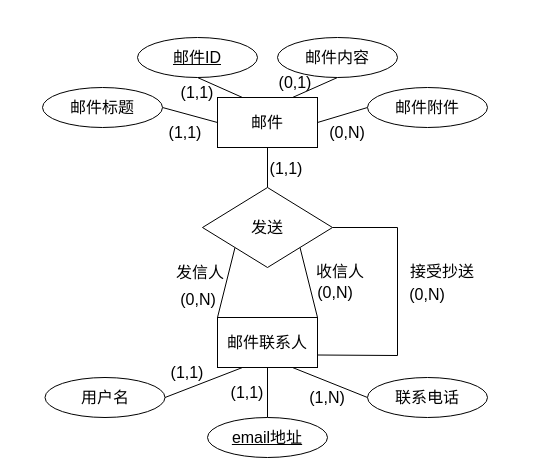
The draw.io diagram Untitled Diagram.drawio in Kristoff-starling/ERDiagrams, before the edit. Source tidied: cells renumbered, new cells numbered last; positions are measured from the earlier drawing's top-left corner, leaving out a move shared by most shapes. Both pictures are drawn from the tidied source at 100%, with x=0, y=0 at pixel (42, 37).
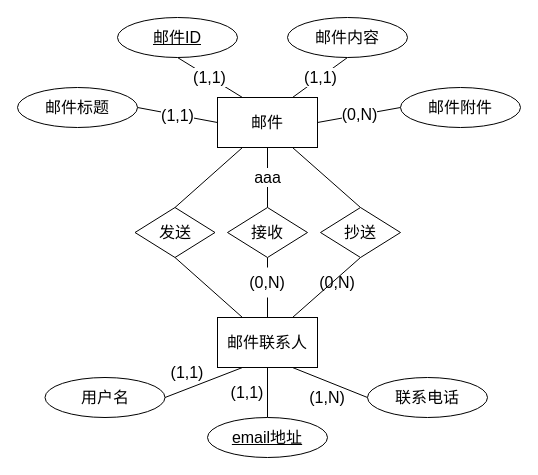
Above is the later version.

Unchanged cells that the change refers to:
```xml
<mxCell id="4" value="&lt;font style=&quot;font-size: 16px;&quot;&gt;邮件联系人&lt;/font&gt;" style="rounded=0;whiteSpace=wrap;html=1;" parent="1" vertex="1">
  <mxGeometry x="175" y="280" width="100" height="50" as="geometry" />
</mxCell>
<mxCell id="11" value="邮件" style="rounded=0;whiteSpace=wrap;html=1;fontSize=16;" parent="1" vertex="1">
  <mxGeometry x="175" y="60" width="100" height="50" as="geometry" />
</mxCell>
```

Change to the diagram source:
```diff
@@
-    <mxCell id="2" style="edgeStyle=none;rounded=0;jettySize=auto;html=1;exitX=0;exitY=0;exitDx=0;exitDy=0;entryX=0;entryY=1;entryDx=0;entryDy=0;strokeColor=default;fontSize=16;endArrow=none;endFill=0;fillColor=none;" parent="1" edge="1" source="4" target="22">
-      <mxGeometry relative="1" as="geometry" />
-    </mxCell>
-    <mxCell id="3" style="edgeStyle=none;rounded=0;jettySize=auto;html=1;exitX=1;exitY=0;exitDx=0;exitDy=0;entryX=1;entryY=1;entryDx=0;entryDy=0;strokeColor=default;fontSize=16;endArrow=none;endFill=0;fillColor=none;" parent="1" edge="1" source="4" target="22">
-      <mxGeometry relative="1" as="geometry" />
-    </mxCell>
+    <mxCell id="37" style="rounded=0;jettySize=auto;html=1;exitX=0.25;exitY=0;exitDx=0;exitDy=0;entryX=0.5;entryY=1;entryDx=0;entryDy=0;fontSize=16;endArrow=none;endFill=0;" parent="1" edge="1" source="4" target="22">
+      <mxGeometry relative="1" as="geometry" />
+    </mxCell>
+    <mxCell id="38" style="edgeStyle=none;shape=connector;rounded=0;jettySize=auto;html=1;exitX=0.5;exitY=0;exitDx=0;exitDy=0;entryX=0.5;entryY=1;entryDx=0;entryDy=0;labelBackgroundColor=default;strokeColor=default;fontFamily=Helvetica;fontSize=16;fontColor=default;endArrow=none;endFill=0;startArrow=none;" parent="1" edge="1" source="45" target="41">
+      <mxGeometry relative="1" as="geometry" />
+    </mxCell>
+    <mxCell id="39" style="edgeStyle=none;shape=connector;rounded=0;jettySize=auto;html=1;exitX=0.75;exitY=0;exitDx=0;exitDy=0;entryX=0.5;entryY=1;entryDx=0;entryDy=0;labelBackgroundColor=default;strokeColor=default;fontFamily=Helvetica;fontSize=16;fontColor=default;endArrow=none;endFill=0;" parent="1" edge="1" source="4" target="43">
+      <mxGeometry relative="1" as="geometry" />
+    </mxCell>
@@
-    <mxCell id="12" style="edgeStyle=none;rounded=0;jettySize=auto;html=1;exitX=1;exitY=0.5;exitDx=0;exitDy=0;entryX=0;entryY=0.5;entryDx=0;entryDy=0;strokeColor=default;fontSize=16;endArrow=none;endFill=0;fillColor=none;" parent="1" edge="1" source="13" target="11">
+    <mxCell id="12" value="(1,1)" style="edgeStyle=none;rounded=0;jettySize=auto;html=1;exitX=1;exitY=0.5;exitDx=0;exitDy=0;entryX=0;entryY=0.5;entryDx=0;entryDy=0;strokeColor=default;fontSize=16;endArrow=none;endFill=0;fillColor=none;" parent="1" edge="1" source="13" target="11">
       <mxGeometry relative="1" as="geometry" />
     </mxCell>
     <mxCell id="13" value="邮件标题" style="ellipse;whiteSpace=wrap;html=1;fontSize=16;" parent="1" vertex="1">
-      <mxGeometry y="50" width="120" height="40" as="geometry" />
+      <mxGeometry x="-25" y="50" width="120" height="40" as="geometry" />
     </mxCell>
-    <mxCell id="14" style="edgeStyle=none;rounded=0;jettySize=auto;html=1;exitX=0.5;exitY=1;exitDx=0;exitDy=0;entryX=0.25;entryY=0;entryDx=0;entryDy=0;strokeColor=default;fontSize=16;endArrow=none;endFill=0;fillColor=none;" parent="1" edge="1" source="15" target="11">
+    <mxCell id="14" value="(1,1)" style="edgeStyle=none;rounded=0;jettySize=auto;html=1;exitX=0.5;exitY=1;exitDx=0;exitDy=0;entryX=0.25;entryY=0;entryDx=0;entryDy=0;strokeColor=default;fontSize=16;endArrow=none;endFill=0;fillColor=none;" parent="1" edge="1" source="15" target="11">
       <mxGeometry relative="1" as="geometry" />
     </mxCell>
     <mxCell id="15" value="&lt;u&gt;邮件ID&lt;/u&gt;" style="ellipse;whiteSpace=wrap;html=1;fontSize=16;" parent="1" vertex="1">
-      <mxGeometry x="95" width="120" height="40" as="geometry" />
+      <mxGeometry x="75" y="-20" width="120" height="40" as="geometry" />
     </mxCell>
-    <mxCell id="16" style="edgeStyle=none;rounded=0;jettySize=auto;html=1;exitX=0.5;exitY=1;exitDx=0;exitDy=0;entryX=0.75;entryY=0;entryDx=0;entryDy=0;strokeColor=default;fontSize=16;endArrow=none;endFill=0;fillColor=none;" parent="1" edge="1" source="17" target="11">
+    <mxCell id="16" value="(1,1)" style="edgeStyle=none;rounded=0;jettySize=auto;html=1;exitX=0.5;exitY=1;exitDx=0;exitDy=0;entryX=0.75;entryY=0;entryDx=0;entryDy=0;strokeColor=default;fontSize=16;endArrow=none;endFill=0;fillColor=none;" parent="1" edge="1" source="17" target="11">
       <mxGeometry relative="1" as="geometry" />
     </mxCell>
     <mxCell id="17" value="邮件内容" style="ellipse;whiteSpace=wrap;html=1;fontSize=16;" parent="1" vertex="1">
-      <mxGeometry x="235" width="120" height="40" as="geometry" />
+      <mxGeometry x="245" y="-20" width="120" height="40" as="geometry" />
     </mxCell>
-    <mxCell id="18" style="edgeStyle=none;rounded=0;jettySize=auto;html=1;exitX=0;exitY=0.5;exitDx=0;exitDy=0;entryX=1;entryY=0.5;entryDx=0;entryDy=0;strokeColor=default;fontSize=16;endArrow=none;endFill=0;fillColor=none;" parent="1" edge="1" source="19" target="11">
+    <mxCell id="18" value="(0,N)" style="edgeStyle=none;rounded=0;jettySize=auto;html=1;exitX=0;exitY=0.5;exitDx=0;exitDy=0;entryX=1;entryY=0.5;entryDx=0;entryDy=0;strokeColor=default;fontSize=16;endArrow=none;endFill=0;fillColor=none;" parent="1" edge="1" source="19" target="11">
       <mxGeometry relative="1" as="geometry" />
     </mxCell>
     <mxCell id="19" value="邮件附件" style="ellipse;whiteSpace=wrap;html=1;fontSize=16;" parent="1" vertex="1">
-      <mxGeometry x="325" y="50" width="120" height="40" as="geometry" />
+      <mxGeometry x="358" y="50" width="120" height="40" as="geometry" />
     </mxCell>
-    <mxCell id="20" style="edgeStyle=none;rounded=0;jettySize=auto;html=1;exitX=1;exitY=0.5;exitDx=0;exitDy=0;entryX=1;entryY=0.75;entryDx=0;entryDy=0;strokeColor=default;fontSize=16;endArrow=none;endFill=0;fillColor=none;" parent="1" edge="1" source="22" target="4">
-      <mxGeometry relative="1" as="geometry">
-        <Array as="points">
-          <mxPoint x="355" y="190" />
-          <mxPoint x="355" y="318" />
-        </Array>
-      </mxGeometry>
-    </mxCell>
-    <mxCell id="21" style="edgeStyle=none;rounded=0;jettySize=auto;html=1;exitX=0.5;exitY=0;exitDx=0;exitDy=0;entryX=0.5;entryY=1;entryDx=0;entryDy=0;strokeColor=default;fontSize=16;endArrow=none;endFill=0;fillColor=none;" parent="1" edge="1" source="22" target="11">
-      <mxGeometry relative="1" as="geometry" />
-    </mxCell>
-    <mxCell id="22" value="发送" style="rhombus;whiteSpace=wrap;html=1;fontSize=16;" parent="1" vertex="1">
-      <mxGeometry x="160" y="150" width="130" height="80" as="geometry" />
-    </mxCell>
-    <mxCell id="23" value="发信人" style="text;html=1;strokeColor=none;fillColor=none;align=center;verticalAlign=middle;whiteSpace=wrap;rounded=0;fontSize=16;" parent="1" vertex="1">
-      <mxGeometry x="127.5" y="220" width="60" height="30" as="geometry" />
-    </mxCell>
-    <mxCell id="24" value="收信人" style="text;html=1;strokeColor=none;fillColor=none;align=center;verticalAlign=middle;whiteSpace=wrap;rounded=0;fontSize=16;" parent="1" vertex="1">
-      <mxGeometry x="268" y="219" width="60" height="30" as="geometry" />
-    </mxCell>
-    <mxCell id="25" value="接受抄送" style="text;html=1;strokeColor=none;fillColor=none;align=center;verticalAlign=middle;whiteSpace=wrap;rounded=0;fontSize=16;" parent="1" vertex="1">
-      <mxGeometry x="355" y="219" width="90" height="30" as="geometry" />
-    </mxCell>
-    <mxCell id="26" value="(0,N)" style="text;html=1;strokeColor=none;fillColor=none;align=center;verticalAlign=middle;whiteSpace=wrap;rounded=0;fontSize=16;" parent="1" vertex="1">
-      <mxGeometry x="126" y="247" width="60" height="30" as="geometry" />
-    </mxCell>
-    <mxCell id="27" value="(0,N)" style="text;html=1;strokeColor=none;fillColor=none;align=center;verticalAlign=middle;whiteSpace=wrap;rounded=0;fontSize=16;" parent="1" vertex="1">
-      <mxGeometry x="263" y="240" width="60" height="30" as="geometry" />
-    </mxCell>
-    <mxCell id="28" value="(0,N)" style="text;html=1;strokeColor=none;fillColor=none;align=center;verticalAlign=middle;whiteSpace=wrap;rounded=0;fontSize=16;" parent="1" vertex="1">
-      <mxGeometry x="355" y="242" width="60" height="30" as="geometry" />
-    </mxCell>
-    <mxCell id="29" value="(1,1)" style="text;html=1;strokeColor=none;fillColor=none;align=center;verticalAlign=middle;whiteSpace=wrap;rounded=0;fontSize=16;" parent="1" vertex="1">
-      <mxGeometry x="112.5" y="80" width="60" height="30" as="geometry" />
-    </mxCell>
-    <mxCell id="30" value="(1,1)" style="text;html=1;strokeColor=none;fillColor=none;align=center;verticalAlign=middle;whiteSpace=wrap;rounded=0;fontSize=16;" parent="1" vertex="1">
-      <mxGeometry x="125" y="40" width="60" height="30" as="geometry" />
-    </mxCell>
-    <mxCell id="31" value="(0,1)" style="text;html=1;strokeColor=none;fillColor=none;align=center;verticalAlign=middle;whiteSpace=wrap;rounded=0;fontSize=16;" parent="1" vertex="1">
-      <mxGeometry x="222.5" y="30" width="60" height="30" as="geometry" />
-    </mxCell>
-    <mxCell id="32" value="(0,N)" style="text;html=1;strokeColor=none;fillColor=none;align=center;verticalAlign=middle;whiteSpace=wrap;rounded=0;fontSize=16;" parent="1" vertex="1">
-      <mxGeometry x="275" y="80" width="60" height="30" as="geometry" />
-    </mxCell>
@@
-    <mxCell id="36" value="(1,1)" style="text;html=1;strokeColor=none;fillColor=none;align=center;verticalAlign=middle;whiteSpace=wrap;rounded=0;fontSize=16;" parent="1" vertex="1">
-      <mxGeometry x="214" y="116" width="60" height="30" as="geometry" />
-    </mxCell>
+    <mxCell id="21" style="edgeStyle=none;shape=connector;rounded=0;jettySize=auto;html=1;exitX=0.5;exitY=0;exitDx=0;exitDy=0;entryX=0.25;entryY=1;entryDx=0;entryDy=0;labelBackgroundColor=default;strokeColor=default;fontFamily=Helvetica;fontSize=16;fontColor=default;endArrow=none;endFill=0;" parent="1" edge="1" source="22" target="11">
+      <mxGeometry relative="1" as="geometry" />
+    </mxCell>
+    <mxCell id="22" value="&lt;font style=&quot;font-size: 16px;&quot;&gt;发送&lt;/font&gt;" style="rhombus;whiteSpace=wrap;html=1;" parent="1" vertex="1">
+      <mxGeometry x="92.5" y="170" width="80" height="50" as="geometry" />
+    </mxCell>
+    <mxCell id="40" value="aaa" style="edgeStyle=none;shape=connector;rounded=0;jettySize=auto;html=1;exitX=0.5;exitY=0;exitDx=0;exitDy=0;entryX=0.5;entryY=1;entryDx=0;entryDy=0;labelBackgroundColor=default;strokeColor=default;fontFamily=Helvetica;fontSize=16;fontColor=default;endArrow=none;endFill=0;" parent="1" edge="1" source="41" target="11">
+      <mxGeometry relative="1" as="geometry" />
+    </mxCell>
+    <mxCell id="41" value="&lt;span style=&quot;font-size: 16px;&quot;&gt;接收&lt;/span&gt;" style="rhombus;whiteSpace=wrap;html=1;" parent="1" vertex="1">
+      <mxGeometry x="185" y="170" width="80" height="50" as="geometry" />
+    </mxCell>
+    <mxCell id="42" style="edgeStyle=none;shape=connector;rounded=0;jettySize=auto;html=1;exitX=0.5;exitY=0;exitDx=0;exitDy=0;entryX=0.75;entryY=1;entryDx=0;entryDy=0;labelBackgroundColor=default;strokeColor=default;fontFamily=Helvetica;fontSize=16;fontColor=default;endArrow=none;endFill=0;" parent="1" edge="1" source="43" target="11">
+      <mxGeometry relative="1" as="geometry" />
+    </mxCell>
+    <mxCell id="43" value="&lt;span style=&quot;font-size: 16px;&quot;&gt;抄送&lt;/span&gt;" style="rhombus;whiteSpace=wrap;html=1;" parent="1" vertex="1">
+      <mxGeometry x="278" y="170" width="80" height="50" as="geometry" />
+    </mxCell>
+    <mxCell id="44" value="(0,N)" style="text;html=1;strokeColor=none;fillColor=none;align=center;verticalAlign=middle;whiteSpace=wrap;rounded=0;fontSize=16;" parent="1" vertex="1">
+      <mxGeometry x="265" y="230" width="60" height="30" as="geometry" />
+    </mxCell>
+    <mxCell id="45" value="(0,N)" style="text;html=1;strokeColor=none;fillColor=none;align=center;verticalAlign=middle;whiteSpace=wrap;rounded=0;fontSize=16;" parent="1" vertex="1">
+      <mxGeometry x="195" y="230" width="60" height="30" as="geometry" />
+    </mxCell>
+    <mxCell id="46" style="edgeStyle=none;shape=connector;rounded=0;jettySize=auto;html=1;exitX=0.5;exitY=0;exitDx=0;exitDy=0;entryX=0.5;entryY=1;entryDx=0;entryDy=0;labelBackgroundColor=default;strokeColor=default;fontFamily=Helvetica;fontSize=16;fontColor=default;endArrow=none;endFill=0;" parent="1" edge="1" source="4" target="45">
+      <mxGeometry relative="1" as="geometry" />
+    </mxCell>
```
